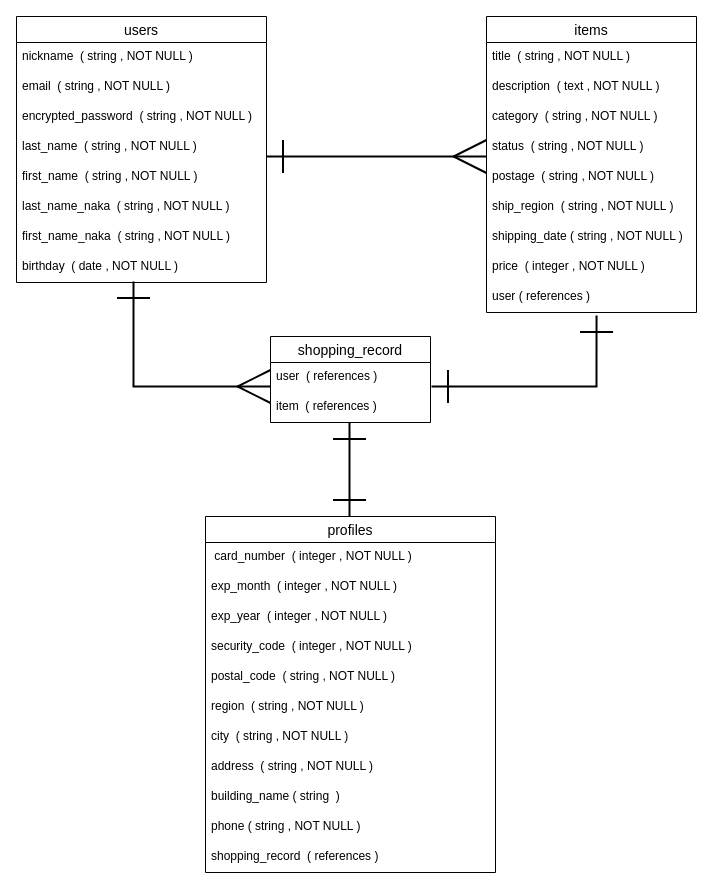
Earlier version of the draw.io diagram ER図.dio (fumi-ichikawa/furima-36216). Source tidied: cells renumbered, new cells numbered last; positions are measured from the earlier drawing's top-left corner, leaving out a move shared by most shapes. Both pictures are drawn from the tidied source at 100%, with x=0, y=0 at pixel (16, 16).
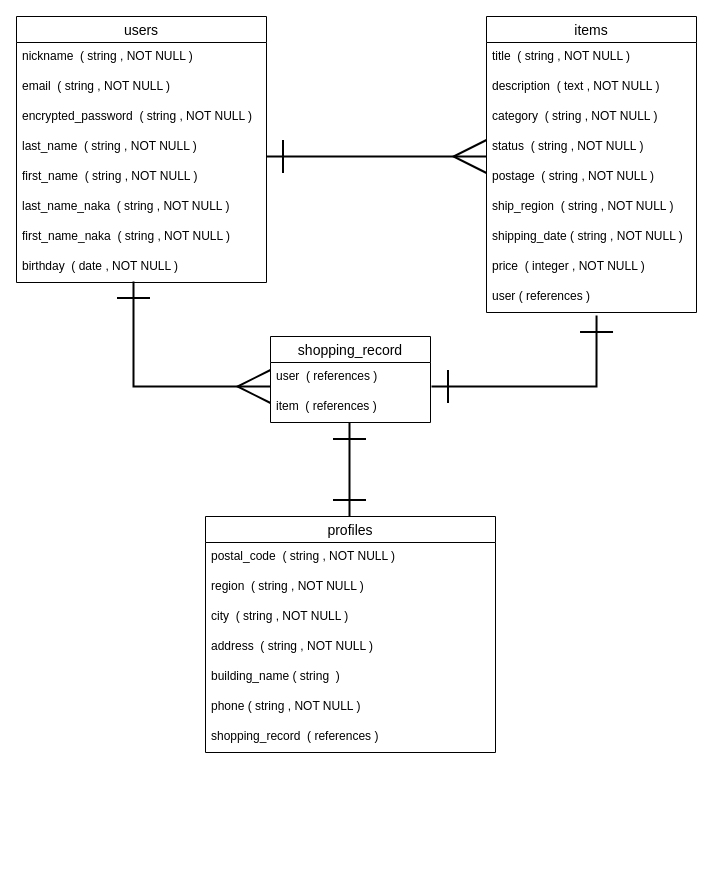
Above is the later version.

Change to the diagram source:
```diff
@@
     <mxCell id="21" value="profiles" style="swimlane;fontStyle=0;horizontal=1;startSize=26;align=center;fontSize=14;" parent="1" vertex="1">
-      <mxGeometry x="189" y="500" width="290" height="356" as="geometry" />
+      <mxGeometry x="189" y="500" width="290" height="236" as="geometry" />
     </mxCell>
-    <mxCell id="22" value=" card_number  ( integer , NOT NULL )" style="text;strokeColor=none;fillColor=none;spacingLeft=4;spacingRight=4;overflow=hidden;fontSize=12;" parent="21" vertex="1">
-      <mxGeometry y="26" width="290" height="30" as="geometry" />
-    </mxCell>
-    <mxCell id="23" value="exp_month  ( integer , NOT NULL )" style="text;strokeColor=none;fillColor=none;spacingLeft=4;spacingRight=4;overflow=hidden;fontSize=12;" parent="21" vertex="1">
-      <mxGeometry y="56" width="290" height="30" as="geometry" />
-    </mxCell>
-    <mxCell id="24" value="exp_year  ( integer , NOT NULL )" style="text;strokeColor=none;fillColor=none;spacingLeft=4;spacingRight=4;overflow=hidden;fontSize=12;" parent="21" vertex="1">
-      <mxGeometry y="86" width="290" height="30" as="geometry" />
-    </mxCell>
-    <mxCell id="25" value="security_code  ( integer , NOT NULL )" style="text;strokeColor=none;fillColor=none;spacingLeft=4;spacingRight=4;overflow=hidden;fontSize=12;" parent="21" vertex="1">
-      <mxGeometry y="116" width="290" height="30" as="geometry" />
-    </mxCell>
     <mxCell id="26" value="postal_code  ( string , NOT NULL )" style="text;strokeColor=none;fillColor=none;spacingLeft=4;spacingRight=4;overflow=hidden;fontSize=12;" parent="21" vertex="1">
-      <mxGeometry y="146" width="290" height="30" as="geometry" />
+      <mxGeometry y="26" width="290" height="30" as="geometry" />
     </mxCell>
     <mxCell id="27" value="region  ( string , NOT NULL )" style="text;strokeColor=none;fillColor=none;spacingLeft=4;spacingRight=4;overflow=hidden;fontSize=12;" parent="21" vertex="1">
-      <mxGeometry y="176" width="290" height="30" as="geometry" />
+      <mxGeometry y="56" width="290" height="30" as="geometry" />
     </mxCell>
     <mxCell id="28" value="city  ( string , NOT NULL )" style="text;strokeColor=none;fillColor=none;spacingLeft=4;spacingRight=4;overflow=hidden;fontSize=12;" parent="21" vertex="1">
-      <mxGeometry y="206" width="290" height="30" as="geometry" />
+      <mxGeometry y="86" width="290" height="30" as="geometry" />
     </mxCell>
     <mxCell id="29" value="address  ( string , NOT NULL )" style="text;strokeColor=none;fillColor=none;spacingLeft=4;spacingRight=4;overflow=hidden;fontSize=12;" parent="21" vertex="1">
-      <mxGeometry y="236" width="290" height="30" as="geometry" />
+      <mxGeometry y="116" width="290" height="30" as="geometry" />
     </mxCell>
     <mxCell id="30" value="building_name ( string  )" style="text;strokeColor=none;fillColor=none;spacingLeft=4;spacingRight=4;overflow=hidden;fontSize=12;" parent="21" vertex="1">
-      <mxGeometry y="266" width="290" height="30" as="geometry" />
+      <mxGeometry y="146" width="290" height="30" as="geometry" />
     </mxCell>
     <mxCell id="31" value="phone ( string , NOT NULL )" style="text;strokeColor=none;fillColor=none;spacingLeft=4;spacingRight=4;overflow=hidden;fontSize=12;" parent="21" vertex="1">
-      <mxGeometry y="296" width="290" height="30" as="geometry" />
+      <mxGeometry y="176" width="290" height="30" as="geometry" />
     </mxCell>
     <mxCell id="32" value="shopping_record  ( references )" style="text;strokeColor=none;fillColor=none;spacingLeft=4;spacingRight=4;overflow=hidden;fontSize=12;" parent="21" vertex="1">
-      <mxGeometry y="326" width="290" height="30" as="geometry" />
+      <mxGeometry y="206" width="290" height="30" as="geometry" />
     </mxCell>
```
